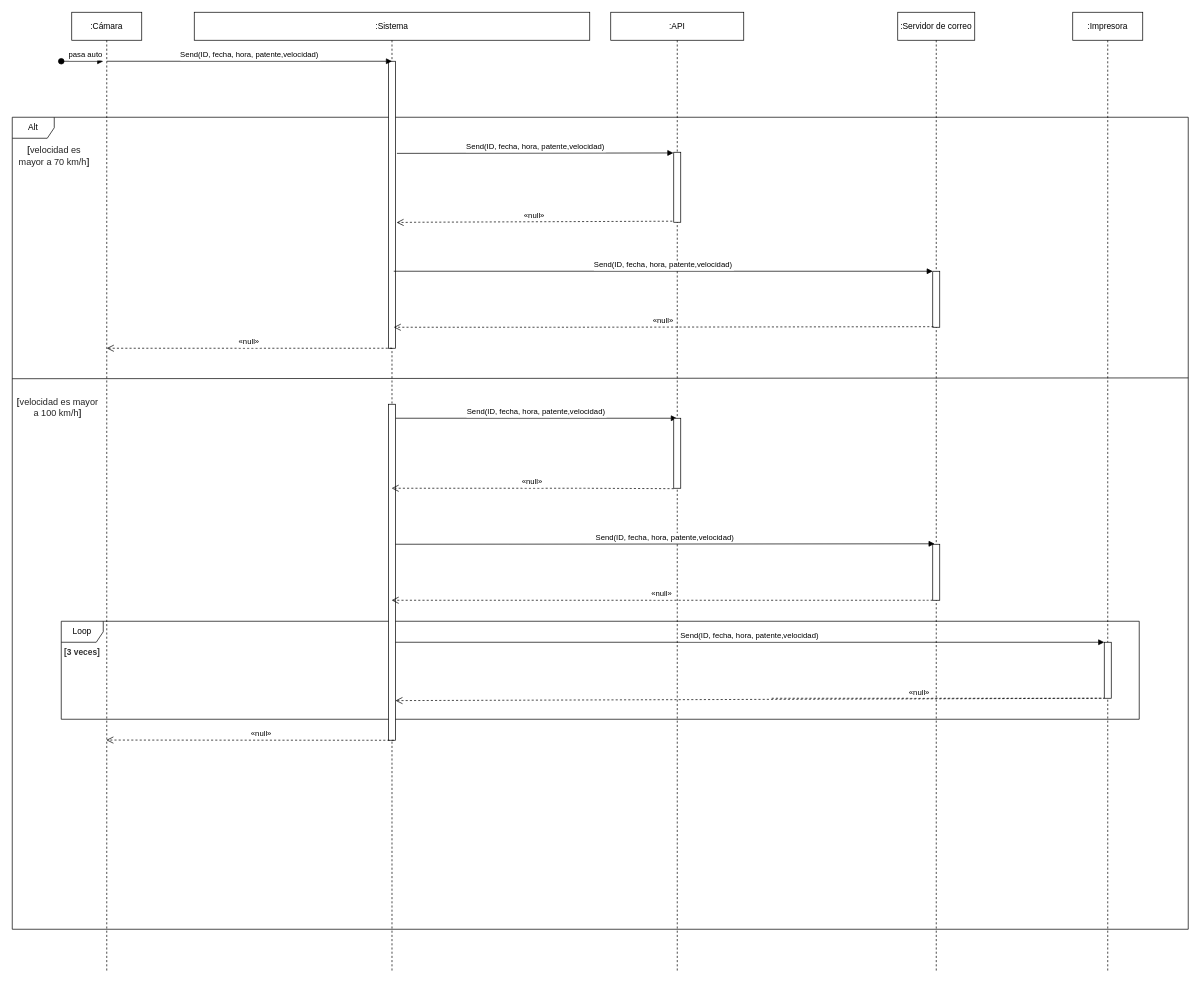
The draw.io diagram diagrama/diagrama.drawio in matias900/izo-isw1-tpds, before the edit. Source tidied: cells renumbered, new cells numbered last; positions are measured from the earlier drawing's top-left corner, leaving out a move shared by most shapes. Both pictures are drawn from the tidied source at 70%, with x=0, y=0 at pixel (12, 12).
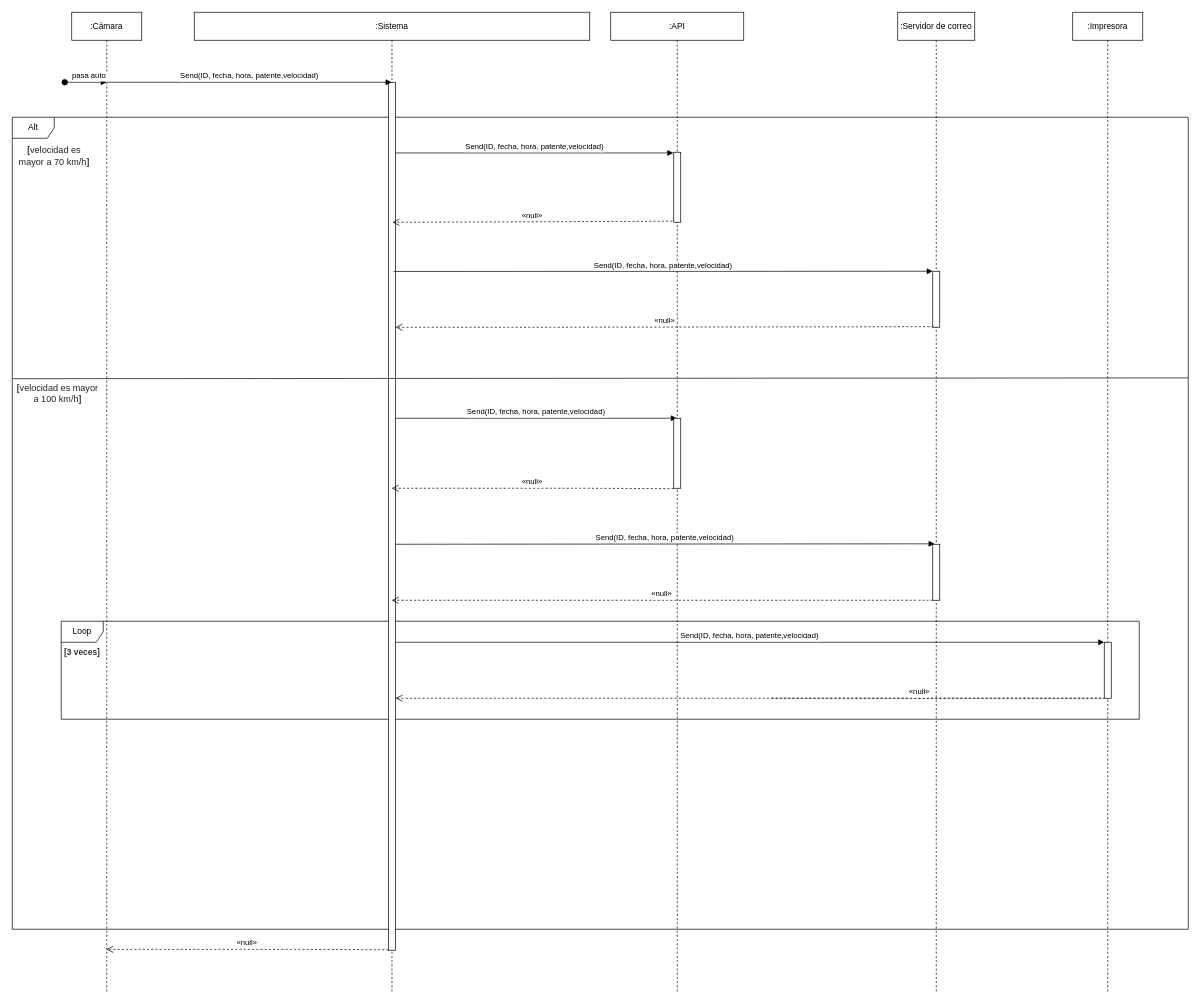
Above is the later version.

Unchanged cells that the change refers to:
```xml
<mxCell id="5" value="Alt" style="shape=umlFrame;whiteSpace=wrap;html=1;" parent="4" vertex="1">
  <mxGeometry x="-260" y="150" width="1680" height="1160" as="geometry" />
</mxCell>
<mxCell id="16" style="points=[];perimeter=orthogonalPerimeter;rounded=0;shadow=0;strokeWidth=1;" parent="15" vertex="1">
  <mxGeometry x="90" y="200" width="10" height="100" as="geometry" />
</mxCell>
<mxCell id="20" style="points=[];perimeter=orthogonalPerimeter;rounded=0;shadow=0;strokeWidth=1;" parent="19" vertex="1">
  <mxGeometry x="50" y="370" width="10" height="80" as="geometry" />
</mxCell>
```

What changed in the source:
```diff
@@
     <mxCell id="2" value=":Cámara" style="shape=umlLifeline;perimeter=lifelinePerimeter;rounded=0;shadow=0;strokeWidth=1;" parent="1" vertex="1">
-      <mxGeometry x="85" width="100" height="1370" as="geometry" />
+      <mxGeometry x="85" width="100" height="1400" as="geometry" />
     </mxCell>
     <mxCell id="3" value="pasa auto" style="verticalAlign=bottom;startArrow=oval;endArrow=block;startSize=8;shadow=0;strokeWidth=1;" parent="2" edge="1">
       <mxGeometry x="0.17" relative="1" as="geometry">
-        <mxPoint x="-15" y="70" as="sourcePoint" />
-        <mxPoint x="45" y="70" as="targetPoint" />
+        <mxPoint x="-10" y="100" as="sourcePoint" />
+        <mxPoint x="50" y="100" as="targetPoint" />
       </mxGeometry>
     </mxCell>
     <mxCell id="4" value=":Sistema" style="shape=umlLifeline;perimeter=lifelinePerimeter;rounded=0;shadow=0;strokeWidth=1;" parent="1" vertex="1">
-      <mxGeometry x="260" width="565" height="1370" as="geometry" />
+      <mxGeometry x="260" width="565" height="1400" as="geometry" />
     </mxCell>
@@
-    <mxCell id="6" style="points=[];perimeter=orthogonalPerimeter;rounded=0;shadow=0;strokeWidth=1;" parent="4" vertex="1">
-      <mxGeometry x="277.5" y="70" width="10" height="410" as="geometry" />
-    </mxCell>
@@
     <mxCell id="9" style="points=[];perimeter=orthogonalPerimeter;rounded=0;shadow=0;strokeWidth=1;" parent="4" vertex="1">
-      <mxGeometry x="277.5" y="560" width="10" height="480" as="geometry" />
+      <mxGeometry x="277.5" y="100" width="10" height="1240" as="geometry" />
     </mxCell>
@@
-    <mxCell id="12" value="«null»" style="verticalAlign=bottom;endArrow=open;dashed=1;endSize=8;shadow=0;strokeWidth=1;entryX=0.08;entryY=0.767;entryDx=0;entryDy=0;entryPerimeter=0;" parent="4" edge="1" target="5">
-      <mxGeometry x="-0.08" relative="1" as="geometry">
-        <mxPoint x="285" y="1040" as="sourcePoint" />
-        <Array as="points">
-          <mxPoint x="235" y="1040" />
-        </Array>
-      </mxGeometry>
-    </mxCell>
-    <mxCell id="13" value="«null»" style="verticalAlign=bottom;endArrow=open;dashed=1;endSize=8;shadow=0;strokeWidth=1;exitX=0.133;exitY=0.975;exitDx=0;exitDy=0;exitPerimeter=0;" parent="4" edge="1">
-      <mxGeometry relative="1" as="geometry">
-        <mxPoint x="282.5" y="480" as="sourcePoint" />
-        <mxPoint x="-125" y="480" as="targetPoint" />
-      </mxGeometry>
-    </mxCell>
-    <mxCell id="14" value="Send(ID, fecha, hora, patente,velocidad)" style="verticalAlign=bottom;endArrow=block;entryX=0;entryY=0;shadow=0;strokeWidth=1;" parent="1" edge="1">
-      <mxGeometry relative="1" as="geometry">
-        <mxPoint x="135" y="70" as="sourcePoint" />
-        <mxPoint x="542.5" y="70" as="targetPoint" />
-      </mxGeometry>
-    </mxCell>
+    <mxCell id="30" value="&lt;span style=&quot;color: rgb(51, 51, 51); font-family: Catamaran, sans-serif; font-weight: 700; text-align: start;&quot;&gt;&lt;font style=&quot;font-size: 12px;&quot;&gt;[&lt;/font&gt;&lt;/span&gt;&lt;span style=&quot;color: rgb(34, 34, 34); font-family: Arial, Helvetica, sans-serif; font-size: small; text-align: start; background-color: rgb(255, 255, 255);&quot;&gt;velocidad es mayor a 100 km/h&lt;/span&gt;&lt;span style=&quot;color: rgb(51, 51, 51); font-family: Catamaran, sans-serif; font-weight: 700; text-align: start;&quot;&gt;&lt;font style=&quot;font-size: 12px;&quot;&gt;]&lt;/font&gt;&lt;/span&gt;" style="text;html=1;strokeColor=none;fillColor=none;align=center;verticalAlign=middle;whiteSpace=wrap;rounded=0;" parent="4" vertex="1">
+      <mxGeometry x="-255" y="530" width="120" height="30" as="geometry" />
+    </mxCell>
+    <mxCell id="34" value="«null»" style="verticalAlign=bottom;endArrow=open;dashed=1;endSize=8;shadow=0;strokeWidth=1;exitX=-0.05;exitY=0.906;exitDx=0;exitDy=0;exitPerimeter=0;" parent="4" edge="1">
+      <mxGeometry relative="1" as="geometry">
+        <mxPoint x="277.5" y="1339.3" as="sourcePoint" />
+        <mxPoint x="-125.8" y="1338.7" as="targetPoint" />
+        <Array as="points">
+          <mxPoint x="148" y="1338.7" />
+        </Array>
+      </mxGeometry>
+    </mxCell>
     <mxCell id="15" value=":API" style="shape=umlLifeline;perimeter=lifelinePerimeter;rounded=0;shadow=0;strokeWidth=1;" parent="1" vertex="1">
-      <mxGeometry x="855" width="190" height="1370" as="geometry" />
+      <mxGeometry x="855" width="190" height="1400" as="geometry" />
     </mxCell>
@@
     <mxCell id="19" value=":Servidor de correo" style="shape=umlLifeline;perimeter=lifelinePerimeter;rounded=0;shadow=0;strokeWidth=1;" parent="1" vertex="1">
-      <mxGeometry x="1265" width="110" height="1370" as="geometry" />
+      <mxGeometry x="1265" width="110" height="1400" as="geometry" />
     </mxCell>
@@
-    <mxCell id="22" value="«null»" style="verticalAlign=bottom;endArrow=open;dashed=1;endSize=8;shadow=0;strokeWidth=1;exitX=-0.2;exitY=0.985;exitDx=0;exitDy=0;exitPerimeter=0;entryX=1.15;entryY=0.562;entryDx=0;entryDy=0;entryPerimeter=0;" parent="1" edge="1" source="16" target="6">
+    <mxCell id="22" value="«null»" style="verticalAlign=bottom;endArrow=open;dashed=1;endSize=8;shadow=0;strokeWidth=1;exitX=-0.2;exitY=0.985;exitDx=0;exitDy=0;exitPerimeter=0;" parent="1" edge="1" source="16">
       <mxGeometry relative="1" as="geometry">
+        <mxPoint x="543" y="300" as="targetPoint" />
         <Array as="points">
           <mxPoint x="575" y="300" />
         </Array>
       </mxGeometry>
     </mxCell>
-    <mxCell id="23" value="Send(ID, fecha, hora, patente,velocidad)" style="verticalAlign=bottom;endArrow=block;shadow=0;strokeWidth=1;" parent="1" edge="1">
+    <mxCell id="23" value="Send(ID, fecha, hora, patente,velocidad)" style="verticalAlign=bottom;endArrow=block;shadow=0;strokeWidth=1;exitX=0.75;exitY=0.218;exitDx=0;exitDy=0;exitPerimeter=0;" parent="1" edge="1" source="9">
       <mxGeometry relative="1" as="geometry">
-        <mxPoint x="545" y="370" as="sourcePoint" />
         <mxPoint x="1315" y="370" as="targetPoint" />
       </mxGeometry>
     </mxCell>
-    <mxCell id="24" value="«null»" style="verticalAlign=bottom;endArrow=open;dashed=1;endSize=8;shadow=0;strokeWidth=1;exitX=0.117;exitY=0.99;exitDx=0;exitDy=0;exitPerimeter=0;" parent="1" edge="1" source="20">
+    <mxCell id="24" value="«null»" style="verticalAlign=bottom;endArrow=open;dashed=1;endSize=8;shadow=0;strokeWidth=1;exitX=0.117;exitY=0.99;exitDx=0;exitDy=0;exitPerimeter=0;" parent="1" edge="1" source="20" target="9">
       <mxGeometry relative="1" as="geometry">
-        <mxPoint x="545" y="450" as="targetPoint" />
         <Array as="points">
           <mxPoint x="765" y="450" />
           <mxPoint x="705" y="450" />
         </Array>
       </mxGeometry>
     </mxCell>
     <mxCell id="25" value=":Impresora" style="shape=umlLifeline;perimeter=lifelinePerimeter;rounded=0;shadow=0;strokeWidth=1;" parent="1" vertex="1">
-      <mxGeometry x="1515" width="100" height="1370" as="geometry" />
+      <mxGeometry x="1515" width="100" height="1400" as="geometry" />
     </mxCell>
@@
-    <mxCell id="28" value="«null»" style="verticalAlign=bottom;endArrow=open;dashed=1;endSize=8;shadow=0;strokeWidth=1;entryX=0.99;entryY=0.882;entryDx=0;entryDy=0;entryPerimeter=0;" parent="1" edge="1" target="9">
+    <mxCell id="28" value="«null»" style="verticalAlign=bottom;endArrow=open;dashed=1;endSize=8;shadow=0;strokeWidth=1;" parent="1" edge="1" target="9">
       <mxGeometry relative="1" as="geometry">
         <mxPoint x="1085" y="980" as="sourcePoint" />
         <Array as="points">
           <mxPoint x="1565" y="980" />
         </Array>
       </mxGeometry>
     </mxCell>
@@
-    <mxCell id="30" value="&lt;span style=&quot;color: rgb(51, 51, 51); font-family: Catamaran, sans-serif; font-weight: 700; text-align: start;&quot;&gt;&lt;font style=&quot;font-size: 12px;&quot;&gt;[&lt;/font&gt;&lt;/span&gt;&lt;span style=&quot;color: rgb(34, 34, 34); font-family: Arial, Helvetica, sans-serif; font-size: small; text-align: start; background-color: rgb(255, 255, 255);&quot;&gt;velocidad es mayor a 100 km/h&lt;/span&gt;&lt;span style=&quot;color: rgb(51, 51, 51); font-family: Catamaran, sans-serif; font-weight: 700; text-align: start;&quot;&gt;&lt;font style=&quot;font-size: 12px;&quot;&gt;]&lt;/font&gt;&lt;/span&gt;" style="text;html=1;strokeColor=none;fillColor=none;align=center;verticalAlign=middle;whiteSpace=wrap;rounded=0;" parent="1" vertex="1">
-      <mxGeometry x="5" y="550" width="120" height="30" as="geometry" />
-    </mxCell>
@@
-    <mxCell id="32" value="Send(ID, fecha, hora, patente,velocidad)" style="verticalAlign=bottom;endArrow=block;shadow=0;strokeWidth=1;entryX=-0.05;entryY=0.01;entryDx=0;entryDy=0;entryPerimeter=0;exitX=1.2;exitY=0.321;exitDx=0;exitDy=0;exitPerimeter=0;" parent="1" edge="1" source="6" target="16">
+    <mxCell id="32" value="Send(ID, fecha, hora, patente,velocidad)" style="verticalAlign=bottom;endArrow=block;shadow=0;strokeWidth=1;entryX=-0.05;entryY=0.01;entryDx=0;entryDy=0;entryPerimeter=0;" parent="1" edge="1" source="9" target="16">
       <mxGeometry relative="1" as="geometry" />
     </mxCell>
@@
+    <mxCell id="14" value="Send(ID, fecha, hora, patente,velocidad)" style="verticalAlign=bottom;endArrow=block;shadow=0;strokeWidth=1;" parent="1" edge="1" target="4">
+      <mxGeometry relative="1" as="geometry">
+        <mxPoint x="135" y="100" as="sourcePoint" />
+      </mxGeometry>
+    </mxCell>
```
